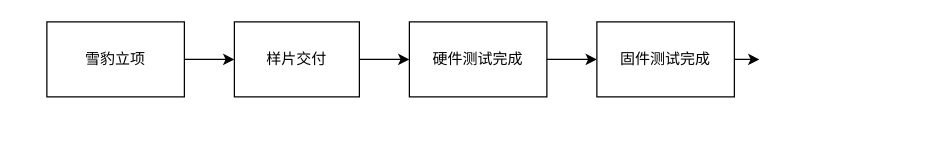
This is 未命名绘图.drawio from guiyaoer/learn-kvm, a draw.io file, before an edit. Source tidied: cells renumbered, new cells numbered last; positions are measured from the earlier drawing's top-left corner, leaving out a move shared by most shapes. Both pictures are drawn from the tidied source at 125%, with x=0, y=0 at pixel (46, 21).
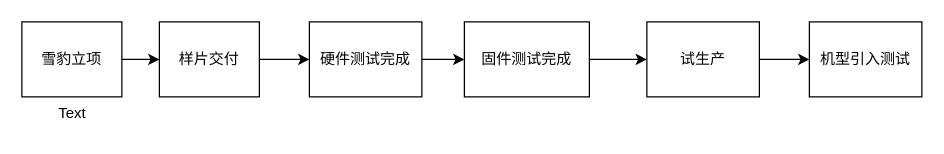
After the change.

Commit message (it also covers changes not shown here):
更新未命名绘图.drawio

Diff of the diagram source:
```diff
@@
 <mxGraphModel>
   <root>
     <mxCell id="0" />
     <mxCell id="1" parent="0" />
     <mxCell id="2" style="edgeStyle=orthogonalEdgeStyle;rounded=0;jettySize=auto;html=1;" parent="1" edge="1" source="3" target="5">
       <mxGeometry relative="1" as="geometry" />
     </mxCell>
     <mxCell id="3" value="雪豹立项" style="rounded=0;whiteSpace=wrap;html=1;" parent="1" vertex="1">
-      <mxGeometry width="110" height="60" as="geometry" />
+      <mxGeometry x="-20" width="80" height="60" as="geometry" />
     </mxCell>
     <mxCell id="4" style="edgeStyle=orthogonalEdgeStyle;rounded=0;jettySize=auto;html=1;" parent="1" edge="1" source="5" target="7">
       <mxGeometry relative="1" as="geometry" />
     </mxCell>
     <mxCell id="5" value="样片交付" style="rounded=0;whiteSpace=wrap;html=1;" parent="1" vertex="1">
-      <mxGeometry x="150" width="100" height="60" as="geometry" />
+      <mxGeometry x="90" width="80" height="60" as="geometry" />
     </mxCell>
-    <mxCell id="6" style="edgeStyle=orthogonalEdgeStyle;rounded=0;jettySize=auto;html=1;" parent="1" edge="1" source="9">
-      <mxGeometry relative="1" as="geometry">
-        <mxPoint x="570" y="30" as="targetPoint" />
-      </mxGeometry>
-    </mxCell>
     <mxCell id="7" value="硬件测试完成" style="rounded=0;whiteSpace=wrap;html=1;" parent="1" vertex="1">
-      <mxGeometry x="290" width="110" height="60" as="geometry" />
+      <mxGeometry x="210" width="90" height="60" as="geometry" />
     </mxCell>
     <mxCell id="8" style="edgeStyle=orthogonalEdgeStyle;rounded=0;jettySize=auto;html=1;" parent="1" edge="1" source="7" target="9">
       <mxGeometry relative="1" as="geometry" />
     </mxCell>
+    <mxCell id="10" style="edgeStyle=orthogonalEdgeStyle;rounded=0;jettySize=auto;html=1;" parent="1" edge="1" source="9" target="12">
+      <mxGeometry relative="1" as="geometry" />
+    </mxCell>
     <mxCell id="9" value="固件测试完成" style="rounded=0;whiteSpace=wrap;html=1;" parent="1" vertex="1">
-      <mxGeometry x="440" width="110" height="60" as="geometry" />
+      <mxGeometry x="334" width="100" height="60" as="geometry" />
     </mxCell>
+    <mxCell id="11" style="edgeStyle=orthogonalEdgeStyle;rounded=0;jettySize=auto;html=1;" parent="1" edge="1" source="12" target="13">
+      <mxGeometry relative="1" as="geometry" />
+    </mxCell>
+    <mxCell id="12" value="试生产" style="rounded=0;whiteSpace=wrap;html=1;" parent="1" vertex="1">
+      <mxGeometry x="480" width="90" height="60" as="geometry" />
+    </mxCell>
+    <mxCell id="13" value="机型引入测试" style="rounded=0;whiteSpace=wrap;html=1;" parent="1" vertex="1">
+      <mxGeometry x="610" width="90" height="60" as="geometry" />
+    </mxCell>
+    <mxCell id="14" value="Text" style="text;html=1;align=center;verticalAlign=middle;strokeColor=none;fillColor=none;" parent="1" vertex="1">
+      <mxGeometry x="-5" y="58" width="50" height="30" as="geometry" />
+    </mxCell>
   </root>
 </mxGraphModel>
```
